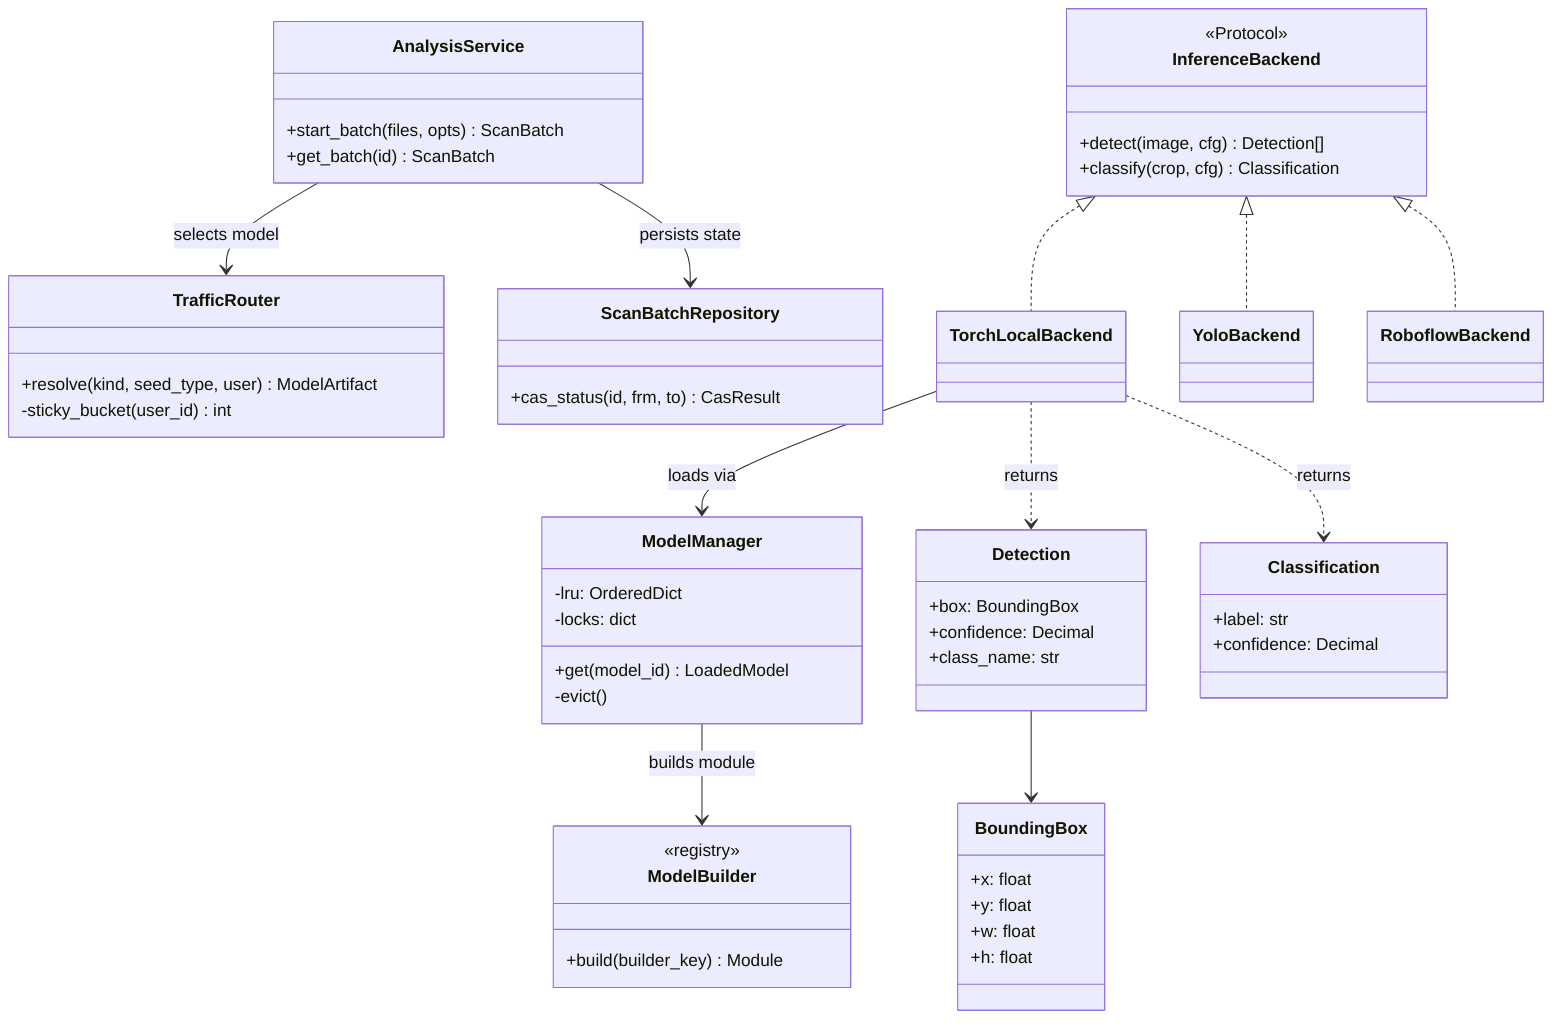
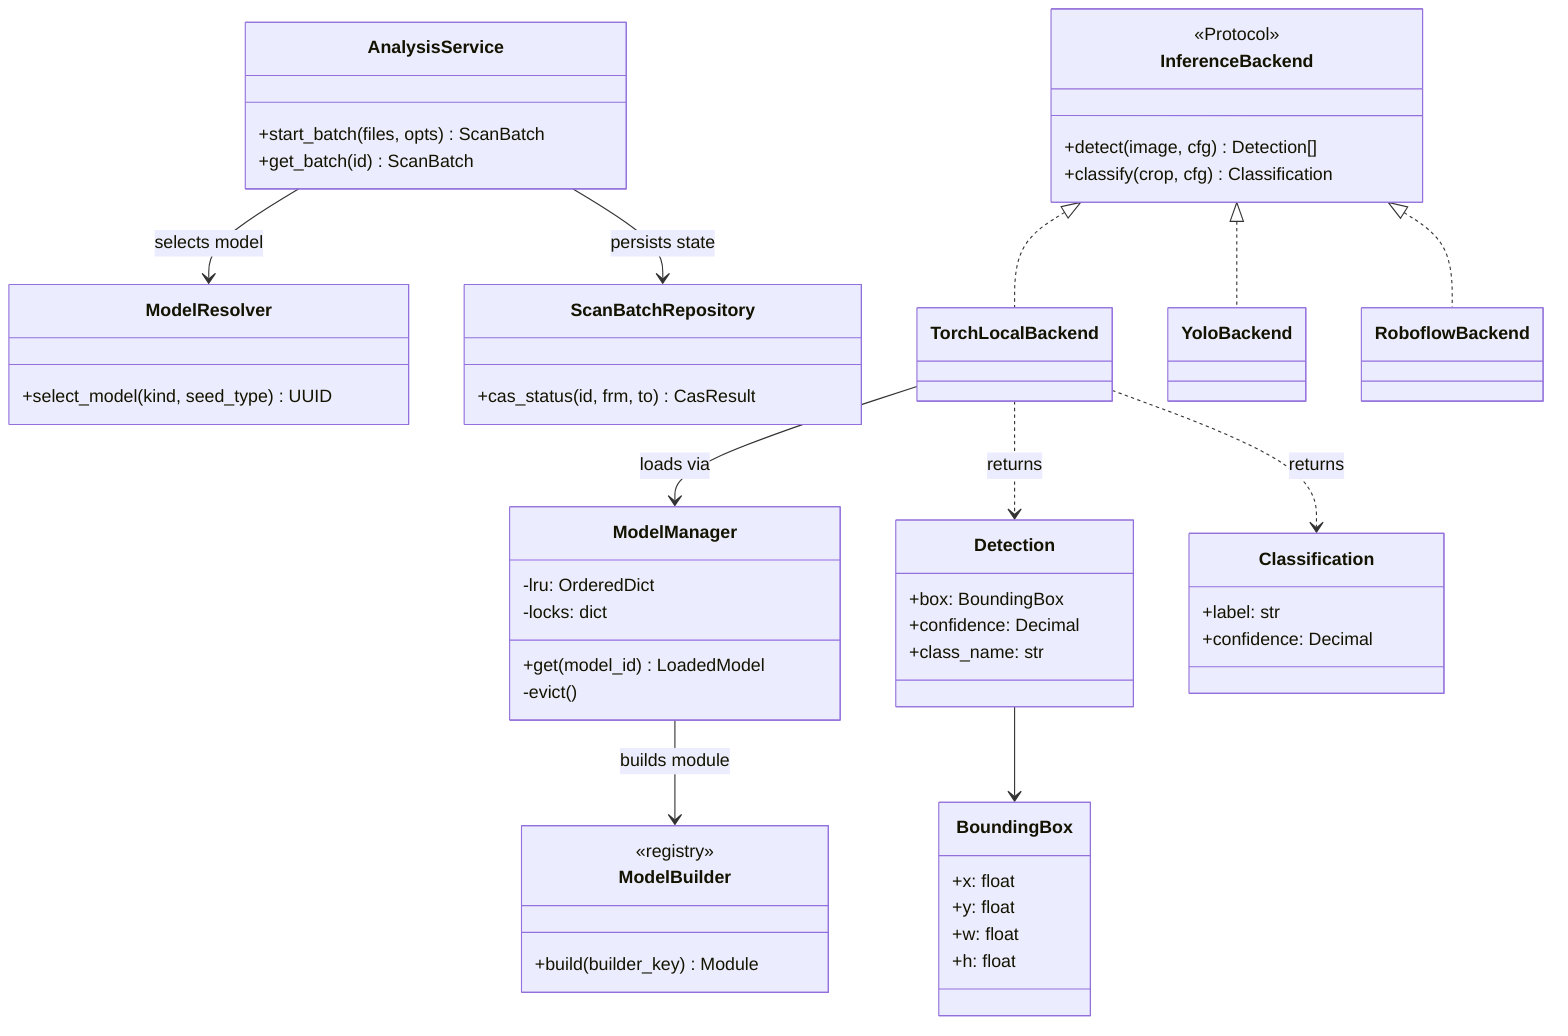
classDiagram
    class AnalysisService {
        +start_batch(files, opts) ScanBatch
        +get_batch(id) ScanBatch
    }
-     class TrafficRouter {
-         +resolve(kind, seed_type, user) ModelArtifact
-         -sticky_bucket(user_id) int
+     class ModelResolver {
+         +select_model(kind, seed_type) UUID
    }
    class ModelManager {
        -lru: OrderedDict
        -locks: dict
        +get(model_id) LoadedModel
        -evict()
    }
    class InferenceBackend {
        <<Protocol>>
        +detect(image, cfg) Detection[]
        +classify(crop, cfg) Classification
    }
    class TorchLocalBackend
    class YoloBackend
    class RoboflowBackend
    class ModelBuilder {
        <<registry>>
        +build(builder_key) Module
    }
    class Detection {
        +box: BoundingBox
        +confidence: Decimal
        +class_name: str
    }
    class Classification {
        +label: str
        +confidence: Decimal
    }
    class BoundingBox {
        +x: float
        +y: float
        +w: float
        +h: float
    }
    class ScanBatchRepository {
        +cas_status(id, frm, to) CasResult
    }

    InferenceBackend <|.. TorchLocalBackend
    InferenceBackend <|.. YoloBackend
    InferenceBackend <|.. RoboflowBackend
    TorchLocalBackend --> ModelManager : loads via
    ModelManager --> ModelBuilder : builds module
-     AnalysisService --> TrafficRouter : selects model
+     AnalysisService --> ModelResolver : selects model
    AnalysisService --> ScanBatchRepository : persists state
    TorchLocalBackend ..> Detection : returns
    TorchLocalBackend ..> Classification : returns
    Detection --> BoundingBox
